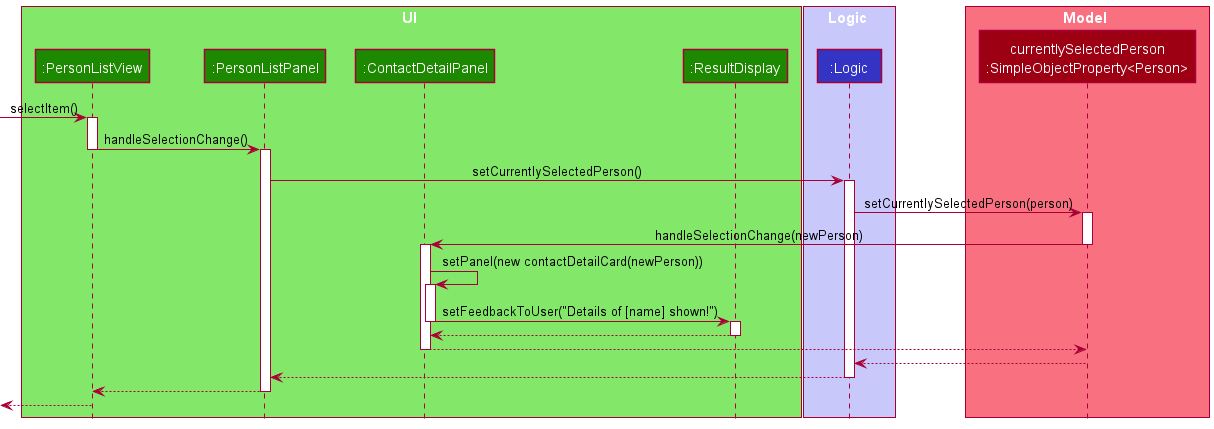
This is docs/images/ContactListSelectionChangeDiagram.png from zihaowrez/tp, a PlantUML export, as it was before one commit.
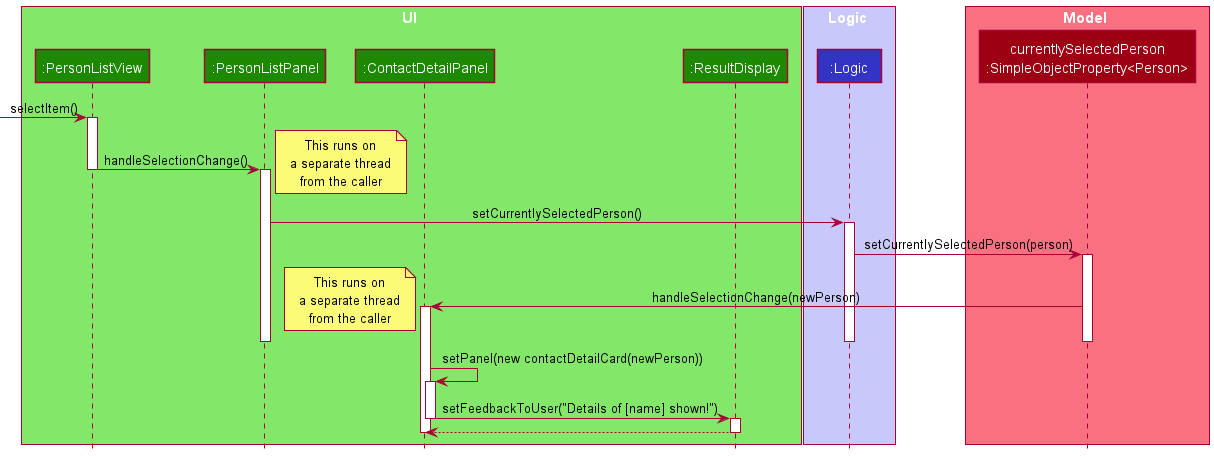
The same file after the commit.

Commit message:
Amend diagram

Change to the diagram source:
```diff
@@ -20,6 +20,7 @@
 activate PersonListView
 
 PersonListView -> PersonListPanel : handleSelectionChange()
+note right : This runs on\na separate thread\nfrom the caller
 deactivate PersonListView
 activate PersonListPanel
 
@@ -30,10 +31,16 @@
 activate currentlySelectedPerson
 
 currentlySelectedPerson -> ContactDetailPanel : handleSelectionChange(newPerson)
-deactivate currentlySelectedPerson
+note left : This runs on\na separate thread\nfrom the caller
 activate ContactDetailPanel
 
+currentlySelectedPerson [hidden]-> ContactDetailPanel
+deactivate currentlySelectedPerson
+deactivate PersonListPanel
+deactivate Logic
+
 ContactDetailPanel -> ContactDetailPanel : setPanel(new contactDetailCard(newPerson))
+
 activate ContactDetailPanel
 
 ContactDetailPanel -> ResultDisplay : setFeedbackToUser("Details of [name] shown!")
@@ -43,19 +50,11 @@
 ResultDisplay --> ContactDetailPanel
 deactivate ResultDisplay
 
-ContactDetailPanel --> currentlySelectedPerson
 deactivate ContactDetailPanel
 
-currentlySelectedPerson --> Logic
-
-Logic --> PersonListPanel
 deactivate Logic
 
-PersonListPanel --> PersonListView
 deactivate PersonListPanel
-
-[<-- PersonListView
-deactivate PersonListView
 
 
 
```
